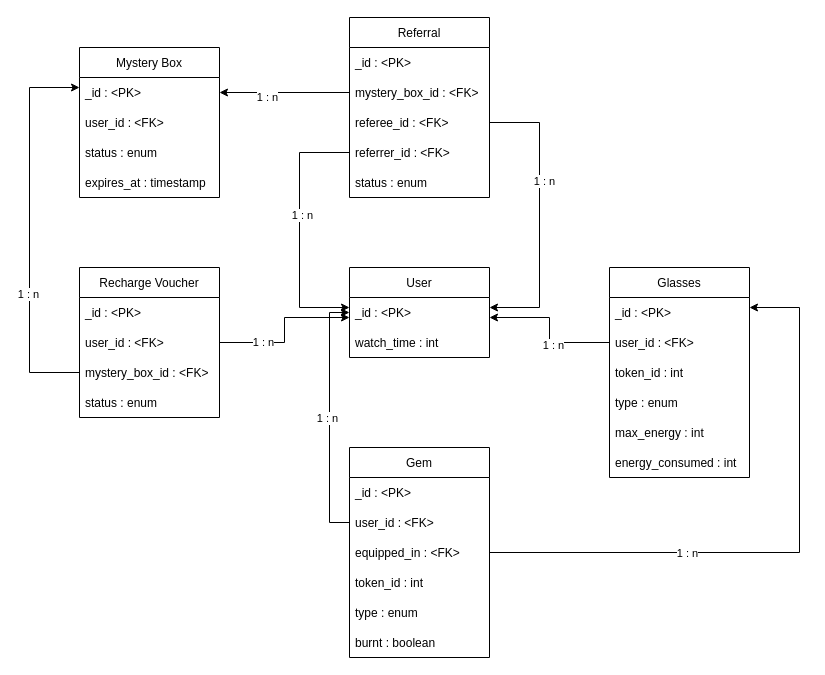
Above: draw.io/script-tv.drawio in n4beel/diagrams (draw.io), before the change. Source tidied: cells renumbered, new cells numbered last; positions are measured from the earlier drawing's top-left corner, leaving out a move shared by most shapes. Both pictures are drawn from the tidied source at 100%, with x=0, y=0 at pixel (29, 17).
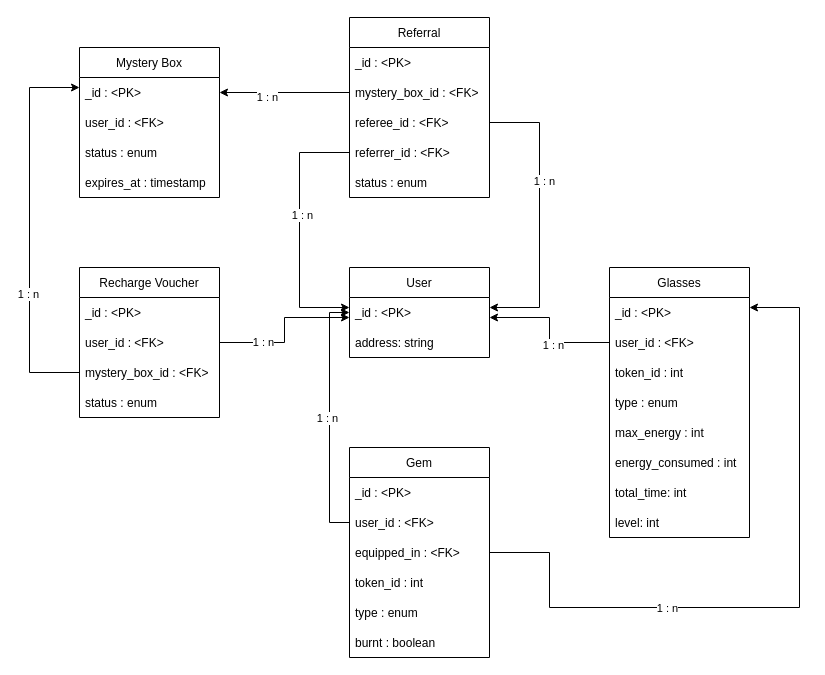
The same page after the edit.

Unchanged cells that the change refers to:
```xml
<mxCell id="15" value="equipped_in : &lt;FK&gt;" style="text;align=left;verticalAlign=middle;spacingLeft=4;spacingRight=4;overflow=hidden;points=[[0,0.5],[1,0.5]];portConstraint=eastwest;" parent="12" vertex="1">
  <mxGeometry y="90" width="140" height="30" as="geometry" />
</mxCell>
<mxCell id="20" value="_id : &lt;PK&gt;" style="text;align=left;verticalAlign=middle;spacingLeft=4;spacingRight=4;overflow=hidden;points=[[0,0.5],[1,0.5]];portConstraint=eastwest;" parent="19" vertex="1">
  <mxGeometry y="30" width="140" height="30" as="geometry" />
</mxCell>
<mxCell id="26" value="User" style="swimlane;fontStyle=0;horizontal=1;startSize=30;" parent="1" vertex="1">
  <mxGeometry x="320" y="250" width="140" height="90" as="geometry" />
</mxCell>
```

The edit, as a diff of the source:
```diff
@@
     <mxCell id="19" value="Glasses" style="swimlane;fontStyle=0;horizontal=1;startSize=30;" parent="1" vertex="1">
-      <mxGeometry x="580" y="250" width="140" height="210" as="geometry" />
+      <mxGeometry x="580" y="250" width="140" height="270" as="geometry" />
     </mxCell>
@@
+    <mxCell id="51" value="total_time: int" style="text;strokeColor=none;fillColor=none;align=left;verticalAlign=middle;spacingLeft=4;spacingRight=4;overflow=hidden;" parent="19" vertex="1">
+      <mxGeometry y="210" width="140" height="30" as="geometry" />
+    </mxCell>
+    <mxCell id="52" value="level: int" style="text;strokeColor=none;fillColor=none;align=left;verticalAlign=middle;spacingLeft=4;spacingRight=4;overflow=hidden;" parent="19" vertex="1">
+      <mxGeometry y="240" width="140" height="30" as="geometry" />
+    </mxCell>
@@
-    <mxCell id="28" value="watch_time : int" style="text;strokeColor=none;fillColor=none;align=left;verticalAlign=middle;spacingLeft=4;spacingRight=4;overflow=hidden;" parent="26" vertex="1">
+    <mxCell id="28" value="address: string" style="text;strokeColor=none;fillColor=none;align=left;verticalAlign=middle;spacingLeft=4;spacingRight=4;overflow=hidden;" parent="26" vertex="1">
       <mxGeometry y="60" width="140" height="30" as="geometry" />
     </mxCell>
@@
     <mxCell id="47" style="edgeStyle=orthogonalEdgeStyle;rounded=0;jettySize=auto;html=1;" parent="1" edge="1" source="15" target="20">
       <mxGeometry relative="1" as="geometry">
         <Array as="points">
-          <mxPoint x="770" y="535" />
+          <mxPoint x="520" y="535" />
+          <mxPoint x="520" y="590" />
+          <mxPoint x="770" y="590" />
           <mxPoint x="770" y="290" />
         </Array>
       </mxGeometry>
     </mxCell>
```
